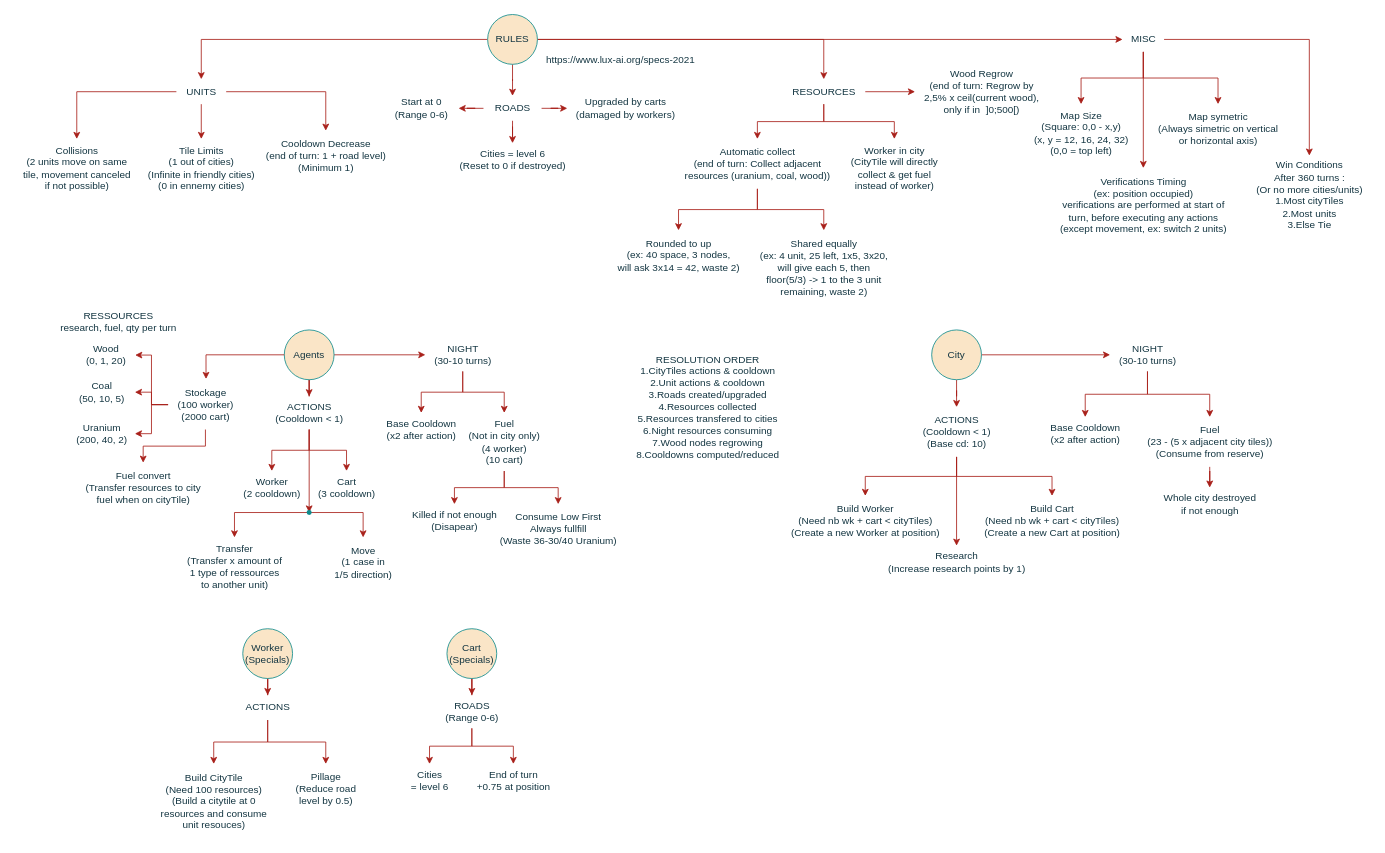
Before: page "Informations" (1 of 6) of sources/lux.drawio in LouisViel/Lux-AI, a draw.io diagram. Source tidied: cells renumbered, new cells numbered last; positions are measured from the earlier drawing's top-left corner, leaving out a move shared by most shapes. Both pictures are drawn from the tidied source at 83%, with x=0, y=0 at pixel (14, 14).
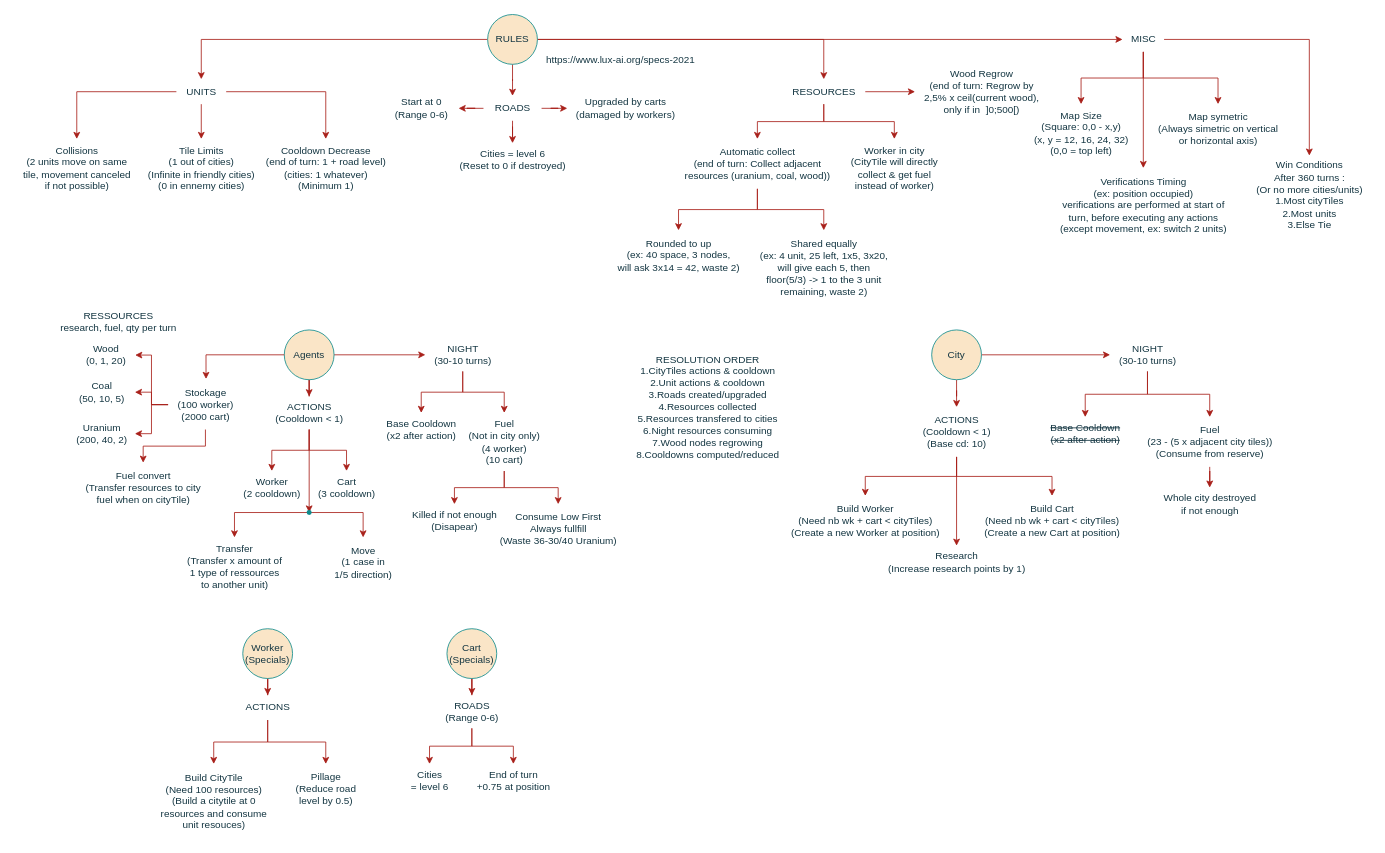
The same page after the edit.

What changed in the source:
```diff
@@
-    <mxCell id="63" value="Cooldown Decrease&lt;br&gt;(end of turn: 1 + road level)&lt;br&gt;(Minimum 1)" style="text;html=1;align=center;verticalAlign=middle;points=[];strokeColor=none;fillColor=none;labelBackgroundColor=none;fontColor=#143642;" parent="1" vertex="1">
-      <mxGeometry x="290" y="140" width="170" height="60" as="geometry" />
+    <mxCell id="63" value="Cooldown Decrease&lt;br&gt;(end of turn: 1 + road level)&lt;br&gt;(cities: 1 whatever)&lt;br&gt;(Minimum 1)" style="text;html=1;align=center;verticalAlign=middle;points=[];strokeColor=none;fillColor=none;labelBackgroundColor=none;fontColor=#143642;" parent="1" vertex="1">
+      <mxGeometry x="290" y="150" width="170" height="70" as="geometry" />
     </mxCell>
@@
-    <mxCell id="74" value="Base Cooldown&lt;br&gt;(x2 after action)" style="text;html=1;align=center;verticalAlign=middle;points=[];strokeColor=none;fillColor=none;labelBackgroundColor=none;fontColor=#143642;" parent="1" vertex="1">
+    <mxCell id="74" value="&lt;strike&gt;Base Cooldown&lt;br&gt;(x2 after action)&lt;/strike&gt;" style="text;html=1;align=center;verticalAlign=middle;points=[];strokeColor=none;fillColor=none;labelBackgroundColor=none;fontColor=#143642;" parent="1" vertex="1">
       <mxGeometry x="1235" y="485" width="110" height="40" as="geometry" />
     </mxCell>
```
